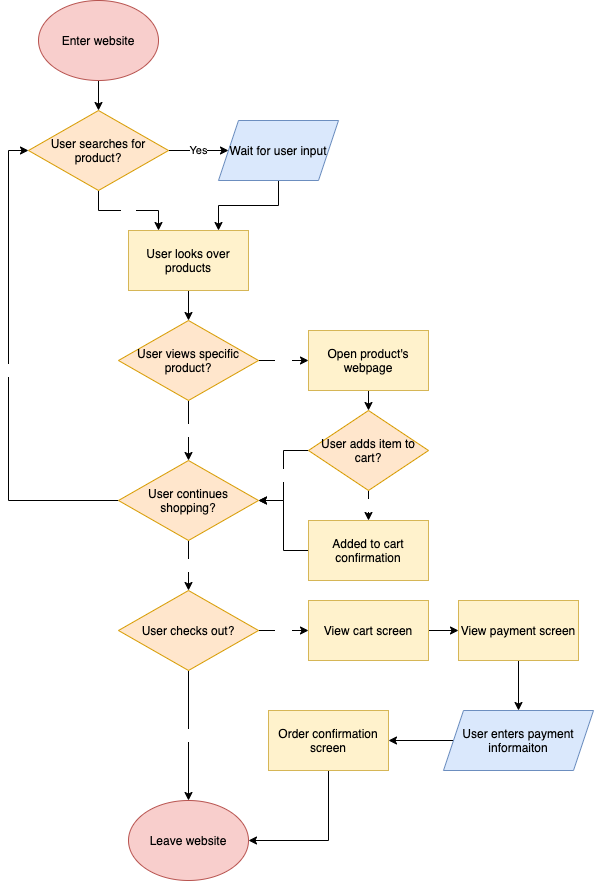
Earlier version of the draw.io export part2/part2.drawio.png (nwilliso/sp21-cse110-lab4). Source tidied: cells renumbered, new cells last; positions are measured from the earlier drawing's top-left corner, leaving out a move shared by most shapes. Its diagram source:
```xml
<mxGraphModel>
  <root>
    <mxCell id="0" />
    <mxCell id="1" parent="0" />
    <mxCell id="2" style="edgeStyle=orthogonalEdgeStyle;rounded=0;jettySize=auto;html=1;exitX=0.5;exitY=1;exitDx=0;exitDy=0;entryX=0.5;entryY=0;entryDx=0;entryDy=0;" parent="1" edge="1" source="3" target="6">
      <mxGeometry relative="1" as="geometry" />
    </mxCell>
    <mxCell id="3" value="&lt;font color=&quot;#000000&quot;&gt;Enter website&lt;/font&gt;" style="ellipse;whiteSpace=wrap;html=1;fillColor=#f8cecc;strokeColor=#b85450;" parent="1" vertex="1">
      <mxGeometry x="10" width="120" height="80" as="geometry" />
    </mxCell>
    <mxCell id="4" value="Yes" style="edgeStyle=orthogonalEdgeStyle;rounded=0;jettySize=auto;html=1;exitX=1;exitY=0.5;exitDx=0;exitDy=0;entryX=0;entryY=0.5;entryDx=0;entryDy=0;" parent="1" edge="1" source="6" target="8">
      <mxGeometry relative="1" as="geometry" />
    </mxCell>
    <mxCell id="5" value="&lt;font color=&quot;#ffffff&quot;&gt;No&lt;/font&gt;" style="edgeStyle=orthogonalEdgeStyle;rounded=0;jettySize=auto;html=1;exitX=0.5;exitY=1;exitDx=0;exitDy=0;entryX=0.25;entryY=0;entryDx=0;entryDy=0;fontColor=#000000;" parent="1" edge="1" source="6" target="10">
      <mxGeometry relative="1" as="geometry" />
    </mxCell>
    <mxCell id="6" value="&lt;font color=&quot;#000000&quot;&gt;User searches for product?&lt;/font&gt;" style="rhombus;whiteSpace=wrap;html=1;fillColor=#ffe6cc;strokeColor=#d79b00;" parent="1" vertex="1">
      <mxGeometry y="110" width="140" height="80" as="geometry" />
    </mxCell>
    <mxCell id="7" style="edgeStyle=orthogonalEdgeStyle;rounded=0;jettySize=auto;html=1;exitX=0.5;exitY=1;exitDx=0;exitDy=0;entryX=0.75;entryY=0;entryDx=0;entryDy=0;fontColor=#000000;" parent="1" edge="1" source="8" target="10">
      <mxGeometry relative="1" as="geometry" />
    </mxCell>
    <mxCell id="8" value="Wait for user input" style="shape=parallelogram;perimeter=parallelogramPerimeter;whiteSpace=wrap;html=1;fixedSize=1;fillColor=#dae8fc;strokeColor=#6c8ebf;fontColor=#000000;" parent="1" vertex="1">
      <mxGeometry x="190" y="120" width="120" height="60" as="geometry" />
    </mxCell>
    <mxCell id="9" style="edgeStyle=orthogonalEdgeStyle;rounded=0;jettySize=auto;html=1;exitX=0.5;exitY=1;exitDx=0;exitDy=0;entryX=0.5;entryY=0;entryDx=0;entryDy=0;fontColor=#000000;" parent="1" edge="1" source="10" target="13">
      <mxGeometry relative="1" as="geometry" />
    </mxCell>
    <mxCell id="10" value="User looks over products" style="rounded=0;whiteSpace=wrap;html=1;fillColor=#fff2cc;strokeColor=#d6b656;fontColor=#000000;" parent="1" vertex="1">
      <mxGeometry x="100" y="230" width="120" height="60" as="geometry" />
    </mxCell>
    <mxCell id="11" value="&lt;font color=&quot;#ffffff&quot;&gt;Yes&lt;/font&gt;" style="edgeStyle=orthogonalEdgeStyle;rounded=0;jettySize=auto;html=1;exitX=1;exitY=0.5;exitDx=0;exitDy=0;entryX=0;entryY=0.5;entryDx=0;entryDy=0;fontColor=#000000;" parent="1" edge="1" source="13" target="15">
      <mxGeometry relative="1" as="geometry" />
    </mxCell>
    <mxCell id="12" value="&lt;font color=&quot;#ffffff&quot;&gt;No&lt;/font&gt;" style="edgeStyle=orthogonalEdgeStyle;rounded=0;jettySize=auto;html=1;exitX=0.5;exitY=1;exitDx=0;exitDy=0;entryX=0.5;entryY=0;entryDx=0;entryDy=0;fontColor=#000000;" parent="1" edge="1" source="13" target="23">
      <mxGeometry relative="1" as="geometry" />
    </mxCell>
    <mxCell id="13" value="User views specific product?" style="rhombus;whiteSpace=wrap;html=1;fillColor=#ffe6cc;strokeColor=#d79b00;fontColor=#000000;" parent="1" vertex="1">
      <mxGeometry x="90" y="320" width="140" height="80" as="geometry" />
    </mxCell>
    <mxCell id="14" style="edgeStyle=orthogonalEdgeStyle;rounded=0;jettySize=auto;html=1;exitX=0.5;exitY=1;exitDx=0;exitDy=0;entryX=0.5;entryY=0;entryDx=0;entryDy=0;fontColor=#000000;" parent="1" edge="1" source="15" target="18">
      <mxGeometry relative="1" as="geometry" />
    </mxCell>
    <mxCell id="15" value="&lt;font color=&quot;#000000&quot;&gt;Open product's webpage&lt;/font&gt;" style="rounded=0;whiteSpace=wrap;html=1;fillColor=#fff2cc;strokeColor=#d6b656;" parent="1" vertex="1">
      <mxGeometry x="280" y="330" width="120" height="60" as="geometry" />
    </mxCell>
    <mxCell id="16" value="&lt;font color=&quot;#ffffff&quot;&gt;Yes&lt;/font&gt;" style="edgeStyle=orthogonalEdgeStyle;rounded=0;jettySize=auto;html=1;exitX=0.5;exitY=1;exitDx=0;exitDy=0;entryX=0.5;entryY=0;entryDx=0;entryDy=0;fontColor=#000000;" parent="1" edge="1" source="18" target="20">
      <mxGeometry relative="1" as="geometry" />
    </mxCell>
    <mxCell id="17" value="&lt;font color=&quot;#ffffff&quot;&gt;No&lt;/font&gt;" style="edgeStyle=orthogonalEdgeStyle;rounded=0;jettySize=auto;html=1;exitX=0;exitY=0.5;exitDx=0;exitDy=0;entryX=1;entryY=0.5;entryDx=0;entryDy=0;fontColor=#000000;" parent="1" edge="1" source="18" target="23">
      <mxGeometry relative="1" as="geometry" />
    </mxCell>
    <mxCell id="18" value="&lt;font color=&quot;#000000&quot;&gt;User adds item to cart?&lt;/font&gt;" style="rhombus;whiteSpace=wrap;html=1;fillColor=#ffe6cc;strokeColor=#d79b00;" parent="1" vertex="1">
      <mxGeometry x="280" y="410" width="120" height="80" as="geometry" />
    </mxCell>
    <mxCell id="19" style="edgeStyle=orthogonalEdgeStyle;rounded=0;jettySize=auto;html=1;exitX=0;exitY=0.5;exitDx=0;exitDy=0;entryX=1;entryY=0.5;entryDx=0;entryDy=0;fontColor=#000000;" parent="1" edge="1" source="20" target="23">
      <mxGeometry relative="1" as="geometry" />
    </mxCell>
    <mxCell id="20" value="&lt;font color=&quot;#000000&quot;&gt;Added to cart confirmation&lt;/font&gt;" style="rounded=0;whiteSpace=wrap;html=1;fillColor=#fff2cc;strokeColor=#d6b656;" parent="1" vertex="1">
      <mxGeometry x="280" y="520" width="120" height="60" as="geometry" />
    </mxCell>
    <mxCell id="21" value="&lt;font color=&quot;#ffffff&quot;&gt;Yes&lt;/font&gt;" style="edgeStyle=orthogonalEdgeStyle;rounded=0;jettySize=auto;html=1;exitX=0;exitY=0.5;exitDx=0;exitDy=0;entryX=0;entryY=0.5;entryDx=0;entryDy=0;fontColor=#000000;" parent="1" edge="1" source="23" target="6">
      <mxGeometry relative="1" as="geometry" />
    </mxCell>
    <mxCell id="22" value="&lt;font color=&quot;#ffffff&quot;&gt;No&lt;/font&gt;" style="edgeStyle=orthogonalEdgeStyle;rounded=0;jettySize=auto;html=1;exitX=0.5;exitY=1;exitDx=0;exitDy=0;entryX=0.5;entryY=0;entryDx=0;entryDy=0;fontColor=#000000;" parent="1" edge="1" source="23" target="26">
      <mxGeometry relative="1" as="geometry" />
    </mxCell>
    <mxCell id="23" value="&lt;font color=&quot;#000000&quot;&gt;User continues shopping?&lt;/font&gt;" style="rhombus;whiteSpace=wrap;html=1;fillColor=#ffe6cc;strokeColor=#d79b00;" parent="1" vertex="1">
      <mxGeometry x="90" y="460" width="140" height="80" as="geometry" />
    </mxCell>
    <mxCell id="24" value="&lt;font color=&quot;#ffffff&quot;&gt;No&lt;/font&gt;" style="edgeStyle=orthogonalEdgeStyle;rounded=0;jettySize=auto;html=1;exitX=0.5;exitY=1;exitDx=0;exitDy=0;fontColor=#000000;" parent="1" edge="1" source="26" target="27">
      <mxGeometry relative="1" as="geometry" />
    </mxCell>
    <mxCell id="25" value="&lt;font color=&quot;#ffffff&quot;&gt;Yes&lt;/font&gt;" style="edgeStyle=orthogonalEdgeStyle;rounded=0;jettySize=auto;html=1;exitX=1;exitY=0.5;exitDx=0;exitDy=0;entryX=0;entryY=0.5;entryDx=0;entryDy=0;fontColor=#000000;" parent="1" edge="1" source="26" target="29">
      <mxGeometry relative="1" as="geometry" />
    </mxCell>
    <mxCell id="26" value="User checks out?" style="rhombus;whiteSpace=wrap;html=1;fillColor=#ffe6cc;strokeColor=#d79b00;fontColor=#000000;" parent="1" vertex="1">
      <mxGeometry x="90" y="590" width="140" height="80" as="geometry" />
    </mxCell>
    <mxCell id="27" value="&lt;font color=&quot;#000000&quot;&gt;Leave website&lt;/font&gt;" style="ellipse;whiteSpace=wrap;html=1;fillColor=#f8cecc;strokeColor=#b85450;" parent="1" vertex="1">
      <mxGeometry x="100" y="800" width="120" height="80" as="geometry" />
    </mxCell>
    <mxCell id="28" style="edgeStyle=orthogonalEdgeStyle;rounded=0;jettySize=auto;html=1;exitX=1;exitY=0.5;exitDx=0;exitDy=0;entryX=0;entryY=0.5;entryDx=0;entryDy=0;fontColor=#000000;" parent="1" edge="1" source="29" target="31">
      <mxGeometry relative="1" as="geometry" />
    </mxCell>
    <mxCell id="29" value="&lt;font color=&quot;#000000&quot;&gt;View cart screen&lt;/font&gt;" style="rounded=0;whiteSpace=wrap;html=1;fillColor=#fff2cc;strokeColor=#d6b656;" parent="1" vertex="1">
      <mxGeometry x="280" y="600" width="120" height="60" as="geometry" />
    </mxCell>
    <mxCell id="30" style="edgeStyle=orthogonalEdgeStyle;rounded=0;jettySize=auto;html=1;exitX=0.5;exitY=1;exitDx=0;exitDy=0;entryX=0.5;entryY=0;entryDx=0;entryDy=0;fontColor=#000000;" parent="1" edge="1" source="31" target="35">
      <mxGeometry relative="1" as="geometry" />
    </mxCell>
    <mxCell id="31" value="View payment screen" style="rounded=0;whiteSpace=wrap;html=1;fillColor=#fff2cc;strokeColor=#d6b656;fontColor=#000000;" parent="1" vertex="1">
      <mxGeometry x="430" y="600" width="120" height="60" as="geometry" />
    </mxCell>
    <mxCell id="32" style="edgeStyle=orthogonalEdgeStyle;rounded=0;jettySize=auto;html=1;exitX=0.5;exitY=1;exitDx=0;exitDy=0;entryX=1;entryY=0.5;entryDx=0;entryDy=0;fontColor=#000000;" parent="1" edge="1" source="33" target="27">
      <mxGeometry relative="1" as="geometry" />
    </mxCell>
    <mxCell id="33" value="Order confirmation screen" style="rounded=0;whiteSpace=wrap;html=1;fillColor=#fff2cc;strokeColor=#d6b656;fontColor=#000000;" parent="1" vertex="1">
      <mxGeometry x="240" y="710" width="120" height="60" as="geometry" />
    </mxCell>
    <mxCell id="34" style="edgeStyle=orthogonalEdgeStyle;rounded=0;jettySize=auto;html=1;exitX=0;exitY=0.5;exitDx=0;exitDy=0;entryX=1;entryY=0.5;entryDx=0;entryDy=0;fontColor=#000000;" parent="1" edge="1" source="35" target="33">
      <mxGeometry relative="1" as="geometry" />
    </mxCell>
    <mxCell id="35" value="User enters payment informaiton" style="shape=parallelogram;perimeter=parallelogramPerimeter;whiteSpace=wrap;html=1;fixedSize=1;fillColor=#dae8fc;strokeColor=#6c8ebf;fontColor=#000000;" parent="1" vertex="1">
      <mxGeometry x="415" y="710" width="150" height="60" as="geometry" />
    </mxCell>
  </root>
</mxGraphModel>
```
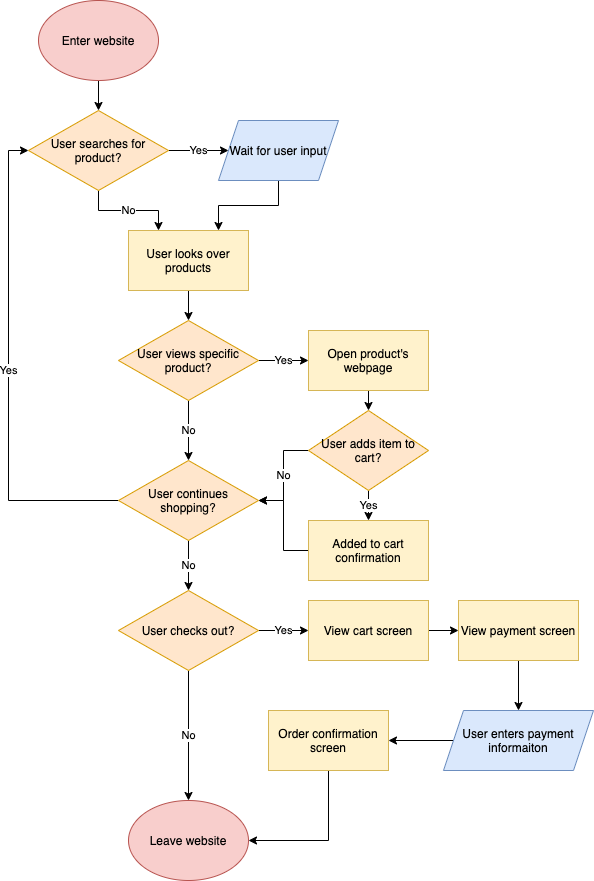
The same diagram one commit later.

Commit message:
black arrow text

Change to the diagram source:
```diff
@@ -8,10 +8,10 @@
     <mxCell id="3" value="&lt;font color=&quot;#000000&quot;&gt;Enter website&lt;/font&gt;" style="ellipse;whiteSpace=wrap;html=1;fillColor=#f8cecc;strokeColor=#b85450;" parent="1" vertex="1">
       <mxGeometry x="10" width="120" height="80" as="geometry" />
     </mxCell>
-    <mxCell id="4" value="Yes" style="edgeStyle=orthogonalEdgeStyle;rounded=0;jettySize=auto;html=1;exitX=1;exitY=0.5;exitDx=0;exitDy=0;entryX=0;entryY=0.5;entryDx=0;entryDy=0;" parent="1" edge="1" source="6" target="8">
+    <mxCell id="4" value="Yes" style="edgeStyle=orthogonalEdgeStyle;rounded=0;jettySize=auto;html=1;exitX=1;exitY=0.5;exitDx=0;exitDy=0;entryX=0;entryY=0.5;entryDx=0;entryDy=0;fontColor=#000000;" parent="1" edge="1" source="6" target="8">
       <mxGeometry relative="1" as="geometry" />
     </mxCell>
-    <mxCell id="5" value="&lt;font color=&quot;#ffffff&quot;&gt;No&lt;/font&gt;" style="edgeStyle=orthogonalEdgeStyle;rounded=0;jettySize=auto;html=1;exitX=0.5;exitY=1;exitDx=0;exitDy=0;entryX=0.25;entryY=0;entryDx=0;entryDy=0;fontColor=#000000;" parent="1" edge="1" source="6" target="10">
+    <mxCell id="5" value="&lt;font&gt;No&lt;/font&gt;" style="edgeStyle=orthogonalEdgeStyle;rounded=0;jettySize=auto;html=1;exitX=0.5;exitY=1;exitDx=0;exitDy=0;entryX=0.25;entryY=0;entryDx=0;entryDy=0;fontColor=#000000;" parent="1" edge="1" source="6" target="10">
       <mxGeometry relative="1" as="geometry" />
     </mxCell>
     <mxCell id="6" value="&lt;font color=&quot;#000000&quot;&gt;User searches for product?&lt;/font&gt;" style="rhombus;whiteSpace=wrap;html=1;fillColor=#ffe6cc;strokeColor=#d79b00;" parent="1" vertex="1">
@@ -29,10 +29,10 @@
     <mxCell id="10" value="User looks over products" style="rounded=0;whiteSpace=wrap;html=1;fillColor=#fff2cc;strokeColor=#d6b656;fontColor=#000000;" parent="1" vertex="1">
       <mxGeometry x="100" y="230" width="120" height="60" as="geometry" />
     </mxCell>
-    <mxCell id="11" value="&lt;font color=&quot;#ffffff&quot;&gt;Yes&lt;/font&gt;" style="edgeStyle=orthogonalEdgeStyle;rounded=0;jettySize=auto;html=1;exitX=1;exitY=0.5;exitDx=0;exitDy=0;entryX=0;entryY=0.5;entryDx=0;entryDy=0;fontColor=#000000;" parent="1" edge="1" source="13" target="15">
+    <mxCell id="11" value="&lt;font&gt;Yes&lt;/font&gt;" style="edgeStyle=orthogonalEdgeStyle;rounded=0;jettySize=auto;html=1;exitX=1;exitY=0.5;exitDx=0;exitDy=0;entryX=0;entryY=0.5;entryDx=0;entryDy=0;fontColor=#000000;" parent="1" edge="1" source="13" target="15">
       <mxGeometry relative="1" as="geometry" />
     </mxCell>
-    <mxCell id="12" value="&lt;font color=&quot;#ffffff&quot;&gt;No&lt;/font&gt;" style="edgeStyle=orthogonalEdgeStyle;rounded=0;jettySize=auto;html=1;exitX=0.5;exitY=1;exitDx=0;exitDy=0;entryX=0.5;entryY=0;entryDx=0;entryDy=0;fontColor=#000000;" parent="1" edge="1" source="13" target="23">
+    <mxCell id="12" value="&lt;font&gt;No&lt;/font&gt;" style="edgeStyle=orthogonalEdgeStyle;rounded=0;jettySize=auto;html=1;exitX=0.5;exitY=1;exitDx=0;exitDy=0;entryX=0.5;entryY=0;entryDx=0;entryDy=0;fontColor=#000000;" parent="1" edge="1" source="13" target="23">
       <mxGeometry relative="1" as="geometry" />
     </mxCell>
     <mxCell id="13" value="User views specific product?" style="rhombus;whiteSpace=wrap;html=1;fillColor=#ffe6cc;strokeColor=#d79b00;fontColor=#000000;" parent="1" vertex="1">
@@ -44,10 +44,10 @@
     <mxCell id="15" value="&lt;font color=&quot;#000000&quot;&gt;Open product's webpage&lt;/font&gt;" style="rounded=0;whiteSpace=wrap;html=1;fillColor=#fff2cc;strokeColor=#d6b656;" parent="1" vertex="1">
       <mxGeometry x="280" y="330" width="120" height="60" as="geometry" />
     </mxCell>
-    <mxCell id="16" value="&lt;font color=&quot;#ffffff&quot;&gt;Yes&lt;/font&gt;" style="edgeStyle=orthogonalEdgeStyle;rounded=0;jettySize=auto;html=1;exitX=0.5;exitY=1;exitDx=0;exitDy=0;entryX=0.5;entryY=0;entryDx=0;entryDy=0;fontColor=#000000;" parent="1" edge="1" source="18" target="20">
+    <mxCell id="16" value="&lt;font&gt;Yes&lt;/font&gt;" style="edgeStyle=orthogonalEdgeStyle;rounded=0;jettySize=auto;html=1;exitX=0.5;exitY=1;exitDx=0;exitDy=0;entryX=0.5;entryY=0;entryDx=0;entryDy=0;fontColor=#000000;" parent="1" edge="1" source="18" target="20">
       <mxGeometry relative="1" as="geometry" />
     </mxCell>
-    <mxCell id="17" value="&lt;font color=&quot;#ffffff&quot;&gt;No&lt;/font&gt;" style="edgeStyle=orthogonalEdgeStyle;rounded=0;jettySize=auto;html=1;exitX=0;exitY=0.5;exitDx=0;exitDy=0;entryX=1;entryY=0.5;entryDx=0;entryDy=0;fontColor=#000000;" parent="1" edge="1" source="18" target="23">
+    <mxCell id="17" value="&lt;font&gt;No&lt;/font&gt;" style="edgeStyle=orthogonalEdgeStyle;rounded=0;jettySize=auto;html=1;exitX=0;exitY=0.5;exitDx=0;exitDy=0;entryX=1;entryY=0.5;entryDx=0;entryDy=0;fontColor=#000000;" parent="1" edge="1" source="18" target="23">
       <mxGeometry relative="1" as="geometry" />
     </mxCell>
     <mxCell id="18" value="&lt;font color=&quot;#000000&quot;&gt;User adds item to cart?&lt;/font&gt;" style="rhombus;whiteSpace=wrap;html=1;fillColor=#ffe6cc;strokeColor=#d79b00;" parent="1" vertex="1">
@@ -59,19 +59,19 @@
     <mxCell id="20" value="&lt;font color=&quot;#000000&quot;&gt;Added to cart confirmation&lt;/font&gt;" style="rounded=0;whiteSpace=wrap;html=1;fillColor=#fff2cc;strokeColor=#d6b656;" parent="1" vertex="1">
       <mxGeometry x="280" y="520" width="120" height="60" as="geometry" />
     </mxCell>
-    <mxCell id="21" value="&lt;font color=&quot;#ffffff&quot;&gt;Yes&lt;/font&gt;" style="edgeStyle=orthogonalEdgeStyle;rounded=0;jettySize=auto;html=1;exitX=0;exitY=0.5;exitDx=0;exitDy=0;entryX=0;entryY=0.5;entryDx=0;entryDy=0;fontColor=#000000;" parent="1" edge="1" source="23" target="6">
+    <mxCell id="21" value="&lt;font&gt;Yes&lt;/font&gt;" style="edgeStyle=orthogonalEdgeStyle;rounded=0;jettySize=auto;html=1;exitX=0;exitY=0.5;exitDx=0;exitDy=0;entryX=0;entryY=0.5;entryDx=0;entryDy=0;fontColor=#000000;" parent="1" edge="1" source="23" target="6">
       <mxGeometry relative="1" as="geometry" />
     </mxCell>
-    <mxCell id="22" value="&lt;font color=&quot;#ffffff&quot;&gt;No&lt;/font&gt;" style="edgeStyle=orthogonalEdgeStyle;rounded=0;jettySize=auto;html=1;exitX=0.5;exitY=1;exitDx=0;exitDy=0;entryX=0.5;entryY=0;entryDx=0;entryDy=0;fontColor=#000000;" parent="1" edge="1" source="23" target="26">
+    <mxCell id="22" value="&lt;font&gt;No&lt;/font&gt;" style="edgeStyle=orthogonalEdgeStyle;rounded=0;jettySize=auto;html=1;exitX=0.5;exitY=1;exitDx=0;exitDy=0;entryX=0.5;entryY=0;entryDx=0;entryDy=0;fontColor=#000000;" parent="1" edge="1" source="23" target="26">
       <mxGeometry relative="1" as="geometry" />
     </mxCell>
     <mxCell id="23" value="&lt;font color=&quot;#000000&quot;&gt;User continues shopping?&lt;/font&gt;" style="rhombus;whiteSpace=wrap;html=1;fillColor=#ffe6cc;strokeColor=#d79b00;" parent="1" vertex="1">
       <mxGeometry x="90" y="460" width="140" height="80" as="geometry" />
     </mxCell>
-    <mxCell id="24" value="&lt;font color=&quot;#ffffff&quot;&gt;No&lt;/font&gt;" style="edgeStyle=orthogonalEdgeStyle;rounded=0;jettySize=auto;html=1;exitX=0.5;exitY=1;exitDx=0;exitDy=0;fontColor=#000000;" parent="1" edge="1" source="26" target="27">
+    <mxCell id="24" value="&lt;font&gt;No&lt;/font&gt;" style="edgeStyle=orthogonalEdgeStyle;rounded=0;jettySize=auto;html=1;exitX=0.5;exitY=1;exitDx=0;exitDy=0;fontColor=#000000;" parent="1" edge="1" source="26" target="27">
       <mxGeometry relative="1" as="geometry" />
     </mxCell>
-    <mxCell id="25" value="&lt;font color=&quot;#ffffff&quot;&gt;Yes&lt;/font&gt;" style="edgeStyle=orthogonalEdgeStyle;rounded=0;jettySize=auto;html=1;exitX=1;exitY=0.5;exitDx=0;exitDy=0;entryX=0;entryY=0.5;entryDx=0;entryDy=0;fontColor=#000000;" parent="1" edge="1" source="26" target="29">
+    <mxCell id="25" value="&lt;font&gt;Yes&lt;/font&gt;" style="edgeStyle=orthogonalEdgeStyle;rounded=0;jettySize=auto;html=1;exitX=1;exitY=0.5;exitDx=0;exitDy=0;entryX=0;entryY=0.5;entryDx=0;entryDy=0;fontColor=#000000;" parent="1" edge="1" source="26" target="29">
       <mxGeometry relative="1" as="geometry" />
     </mxCell>
     <mxCell id="26" value="User checks out?" style="rhombus;whiteSpace=wrap;html=1;fillColor=#ffe6cc;strokeColor=#d79b00;fontColor=#000000;" parent="1" vertex="1">
```
